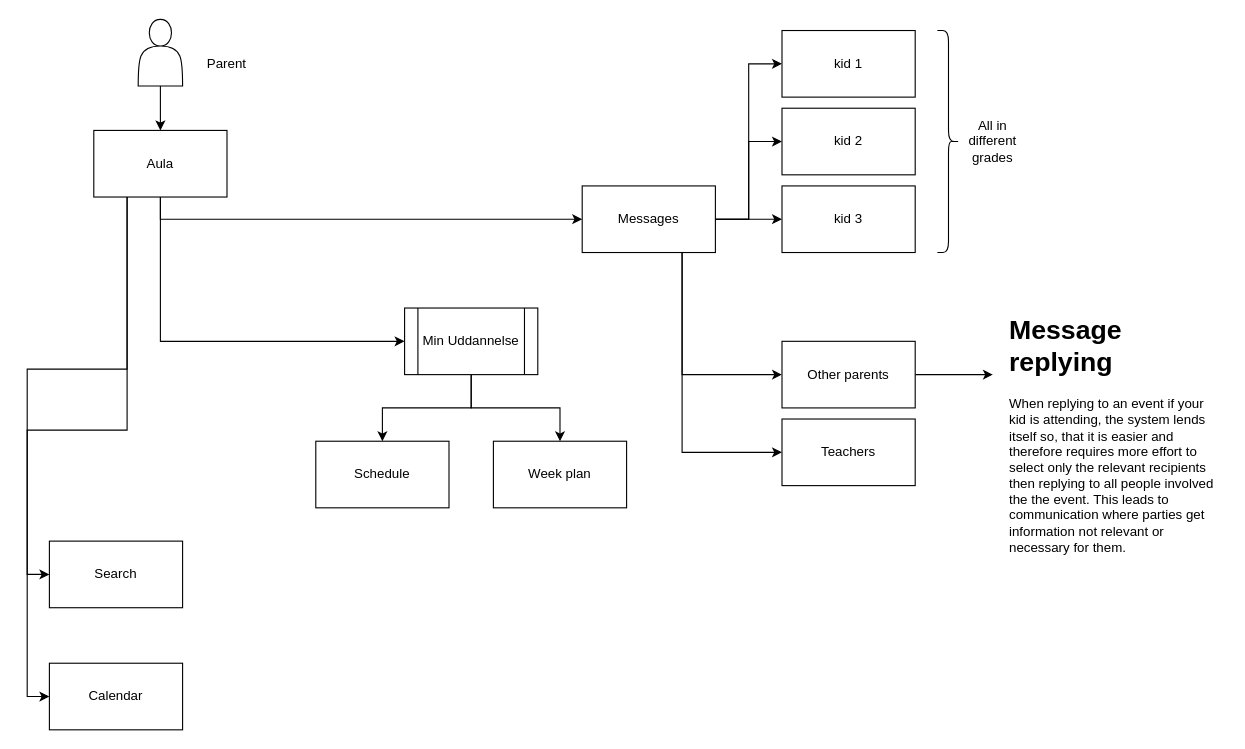
This is Untitled Diagram.drawio from ImitatorOfQueens/UIS2023, a draw.io file, before an edit. Source tidied: cells renumbered, new cells numbered last; positions are measured from the earlier drawing's top-left corner, leaving out a move shared by most shapes. Both pictures are drawn from the tidied source at 111%, with x=0, y=0 at pixel (49, 19).
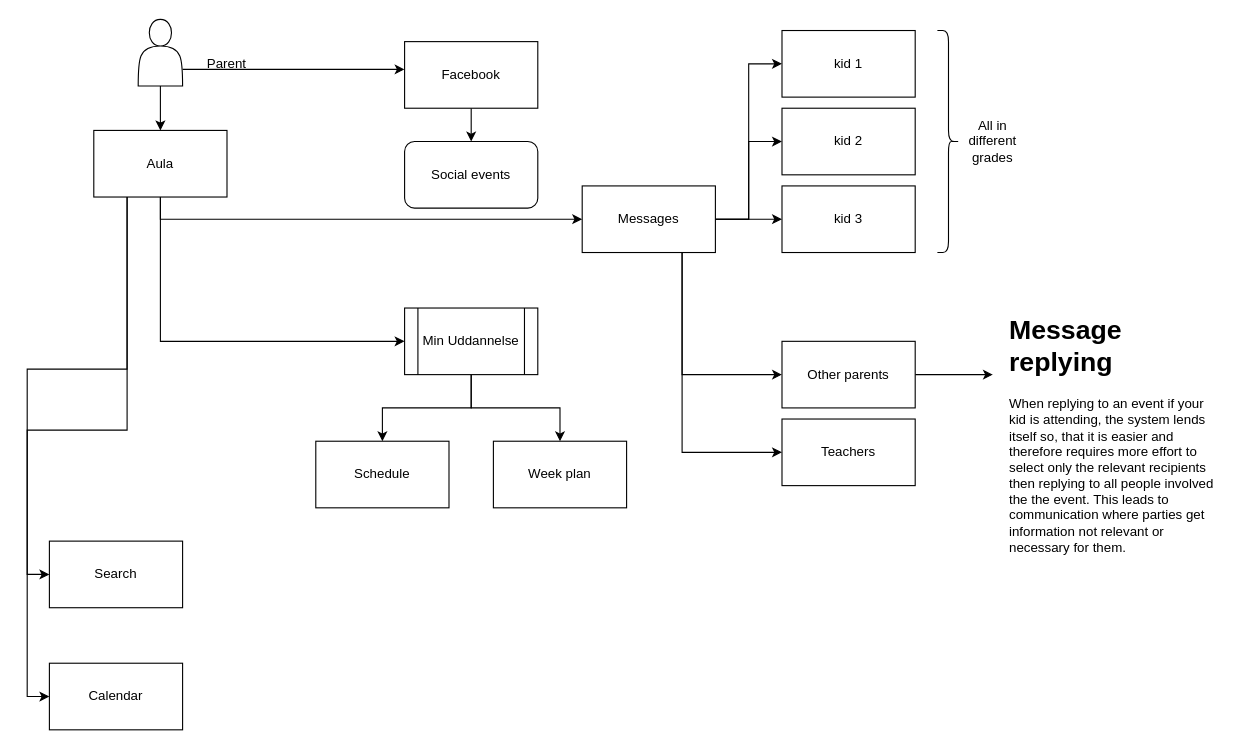
The same page after the edit.

The change refers to these unchanged cells:
```xml
<mxCell id="20" style="shape=actor;whiteSpace=wrap;html=1;" parent="1" vertex="1">
  <mxGeometry x="80" width="40" height="60" as="geometry" />
</mxCell>
```

What changed in the source:
```diff
@@
+    <mxCell id="32" style="edgeStyle=orthogonalEdgeStyle;rounded=0;jettySize=auto;html=1;exitX=1;exitY=0.75;exitDx=0;exitDy=0;" parent="1" edge="1" source="20">
+      <mxGeometry relative="1" as="geometry">
+        <mxPoint x="320" y="45" as="targetPoint" />
+      </mxGeometry>
+    </mxCell>
@@
+    <mxCell id="33" style="edgeStyle=orthogonalEdgeStyle;rounded=0;jettySize=auto;html=1;exitX=0.5;exitY=1;exitDx=0;exitDy=0;" parent="1" edge="1" source="34" target="35">
+      <mxGeometry relative="1" as="geometry" />
+    </mxCell>
+    <mxCell id="34" value="Facebook" style="rounded=0;whiteSpace=wrap;html=1;" parent="1" vertex="1">
+      <mxGeometry x="320" y="20" width="120" height="60" as="geometry" />
+    </mxCell>
+    <mxCell id="35" value="Social events" style="rounded=1;whiteSpace=wrap;html=1;" parent="1" vertex="1">
+      <mxGeometry x="320" y="110" width="120" height="60" as="geometry" />
+    </mxCell>
```
